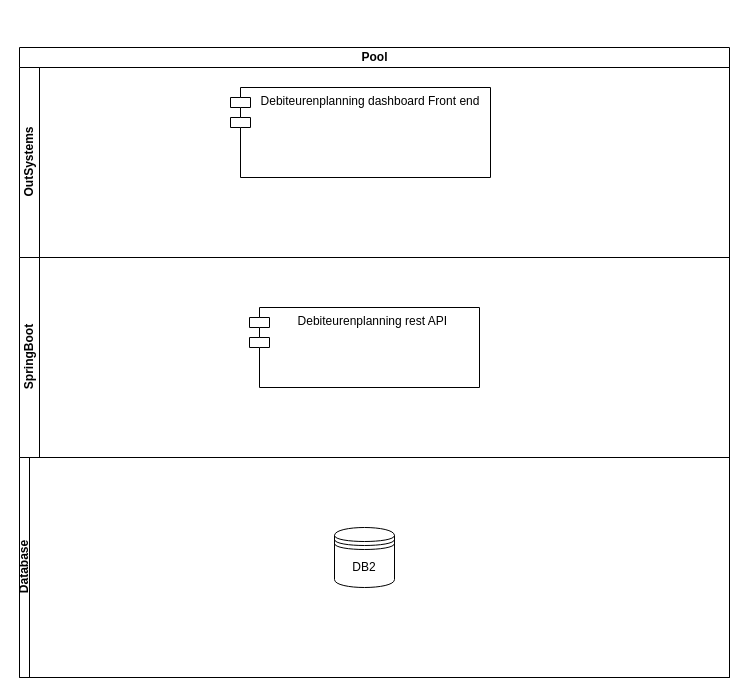
goos76/cz keeps this draw.io diagram as models/jamesglobal.drawio. Above is the earlier version. Source tidied: cells renumbered, new cells numbered last; positions are measured from the earlier drawing's top-left corner, leaving out a move shared by most shapes. Both pictures are drawn from the tidied source at 100%, with x=0, y=0 at pixel (19, 47).
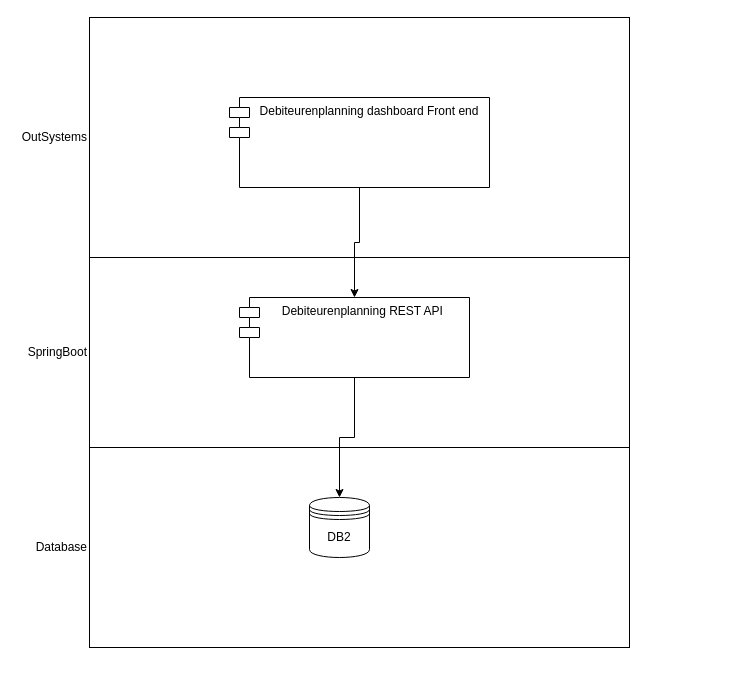
Above is the later version.

What changed in the source:
```diff
@@
 <mxGraphModel>
   <root>
     <mxCell id="0" />
     <mxCell id="1" parent="0" />
-    <mxCell id="2" value="Pool" style="swimlane;html=1;horizontal=1;startSize=20;" parent="1" vertex="1">
-      <mxGeometry width="710" height="630" as="geometry" />
-    </mxCell>
-    <mxCell id="3" value="OutSystems" style="swimlane;html=1;startSize=20;horizontal=0;" parent="2" vertex="1">
-      <mxGeometry y="20" width="710" height="190" as="geometry" />
+    <mxCell id="3" value="OutSystems" style="rounded=0;whiteSpace=wrap;html=1;labelPosition=left;verticalLabelPosition=middle;align=right;verticalAlign=middle;horizontal=1;" parent="1" vertex="1">
+      <mxGeometry x="70" y="-30" width="540" height="240" as="geometry" />
     </mxCell>
-    <mxCell id="4" value="Debiteurenplanning dashboard Front end" style="shape=module;align=left;spacingLeft=20;align=center;verticalAlign=top;" parent="3" vertex="1">
-      <mxGeometry x="211" y="20" width="260" height="90" as="geometry" />
-    </mxCell>
-    <mxCell id="5" value="SpringBoot" style="swimlane;html=1;startSize=20;horizontal=0;" parent="2" vertex="1">
-      <mxGeometry y="210" width="710" height="200" as="geometry" />
+    <mxCell id="5" value="SpringBoot" style="rounded=0;whiteSpace=wrap;html=1;labelPosition=left;verticalLabelPosition=middle;align=right;verticalAlign=middle;" parent="1" vertex="1">
+      <mxGeometry x="70" y="210" width="540" height="190" as="geometry" />
     </mxCell>
-    <mxCell id="6" value="Debiteurenplanning rest API " style="shape=module;align=left;spacingLeft=20;align=center;verticalAlign=top;" parent="5" vertex="1">
-      <mxGeometry x="230" y="50" width="230" height="80" as="geometry" />
-    </mxCell>
-    <mxCell id="7" value="Database" style="swimlane;html=1;startSize=10;horizontal=0;" parent="2" vertex="1">
-      <mxGeometry y="410" width="710" height="220" as="geometry" />
+    <mxCell id="7" value="Database" style="rounded=0;whiteSpace=wrap;labelPosition=left;verticalLabelPosition=middle;align=right;verticalAlign=middle;direction=west;html=1;" parent="1" vertex="1">
+      <mxGeometry x="70" y="400" width="540" height="200" as="geometry" />
     </mxCell>
-    <mxCell id="8" value="DB2" style="shape=datastore;whiteSpace=wrap;html=1;" parent="7" vertex="1">
-      <mxGeometry x="315" y="70" width="60" height="60" as="geometry" />
+    <mxCell id="8" value="DB2" style="shape=datastore;whiteSpace=wrap;html=1;" parent="1" vertex="1">
+      <mxGeometry x="290" y="450" width="60" height="60" as="geometry" />
     </mxCell>
+    <mxCell id="9" style="edgeStyle=orthogonalEdgeStyle;rounded=0;jettySize=auto;html=1;exitX=0.5;exitY=1;exitDx=0;exitDy=0;entryX=0.5;entryY=0;entryDx=0;entryDy=0;" parent="1" edge="1" source="6" target="8">
+      <mxGeometry relative="1" as="geometry" />
+    </mxCell>
+    <mxCell id="6" value="Debiteurenplanning REST API " style="shape=module;align=left;spacingLeft=20;align=center;verticalAlign=top;" parent="1" vertex="1">
+      <mxGeometry x="220" y="250" width="230" height="80" as="geometry" />
+    </mxCell>
+    <mxCell id="10" style="edgeStyle=orthogonalEdgeStyle;rounded=0;jettySize=auto;html=1;exitX=0.5;exitY=1;exitDx=0;exitDy=0;" parent="1" edge="1" source="4" target="6">
+      <mxGeometry relative="1" as="geometry" />
+    </mxCell>
+    <mxCell id="4" value="Debiteurenplanning dashboard Front end" style="shape=module;align=left;spacingLeft=20;align=center;verticalAlign=top;" parent="1" vertex="1">
+      <mxGeometry x="210" y="50" width="260" height="90" as="geometry" />
+    </mxCell>
   </root>
 </mxGraphModel>
```
